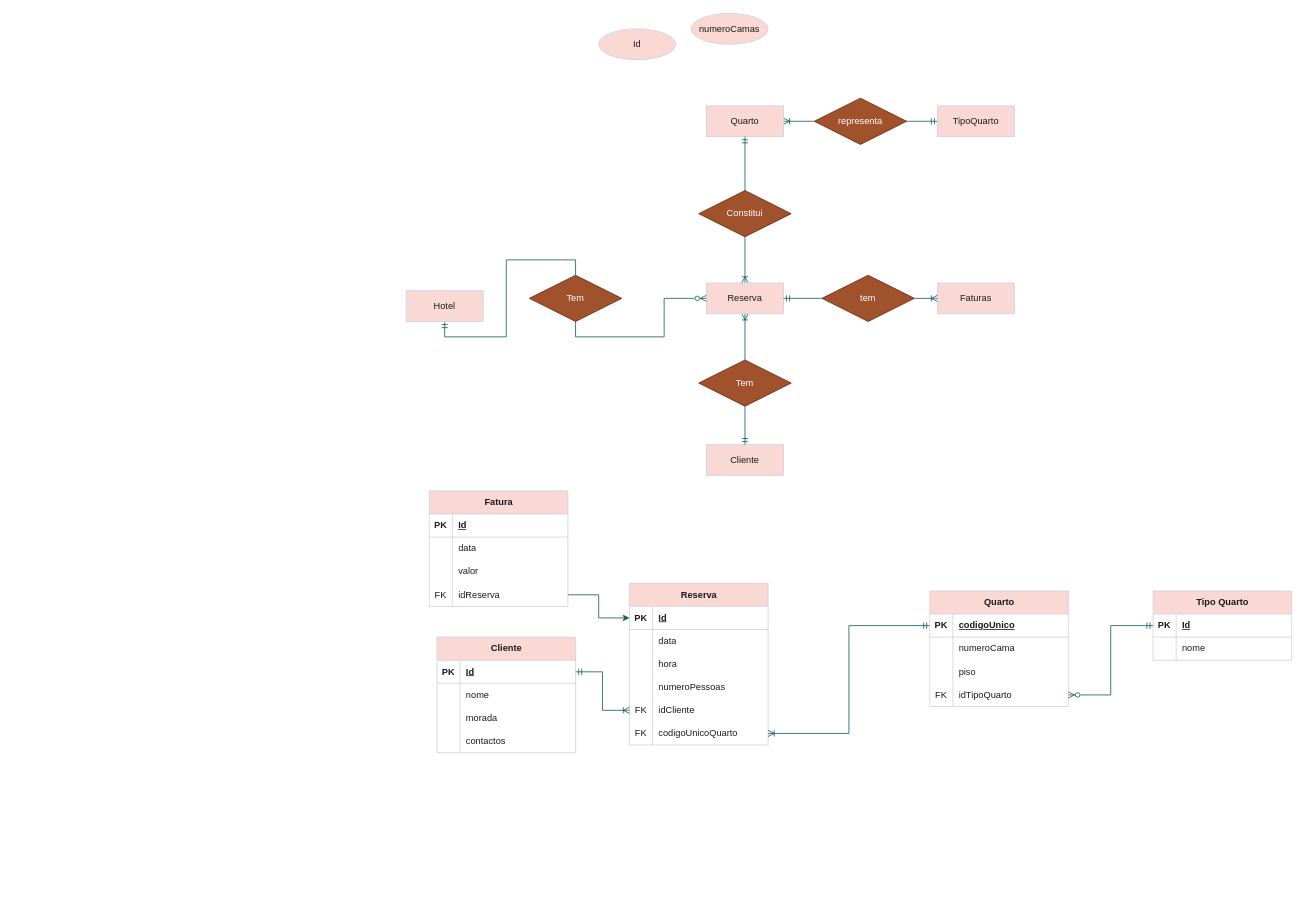
Above: page "Exerc.5" (4 of 5) of Base de dados/Exercicios/P02.drawio in JoaoNuno96/Web-and-Mobile-Developer---CESAE (draw.io), before the change. Source tidied: cells renumbered, new cells numbered last; positions are measured from the earlier drawing's top-left corner, leaving out a move shared by most shapes. Both pictures are drawn from the tidied source at 77%, with x=0, y=0 at pixel (406, 13).
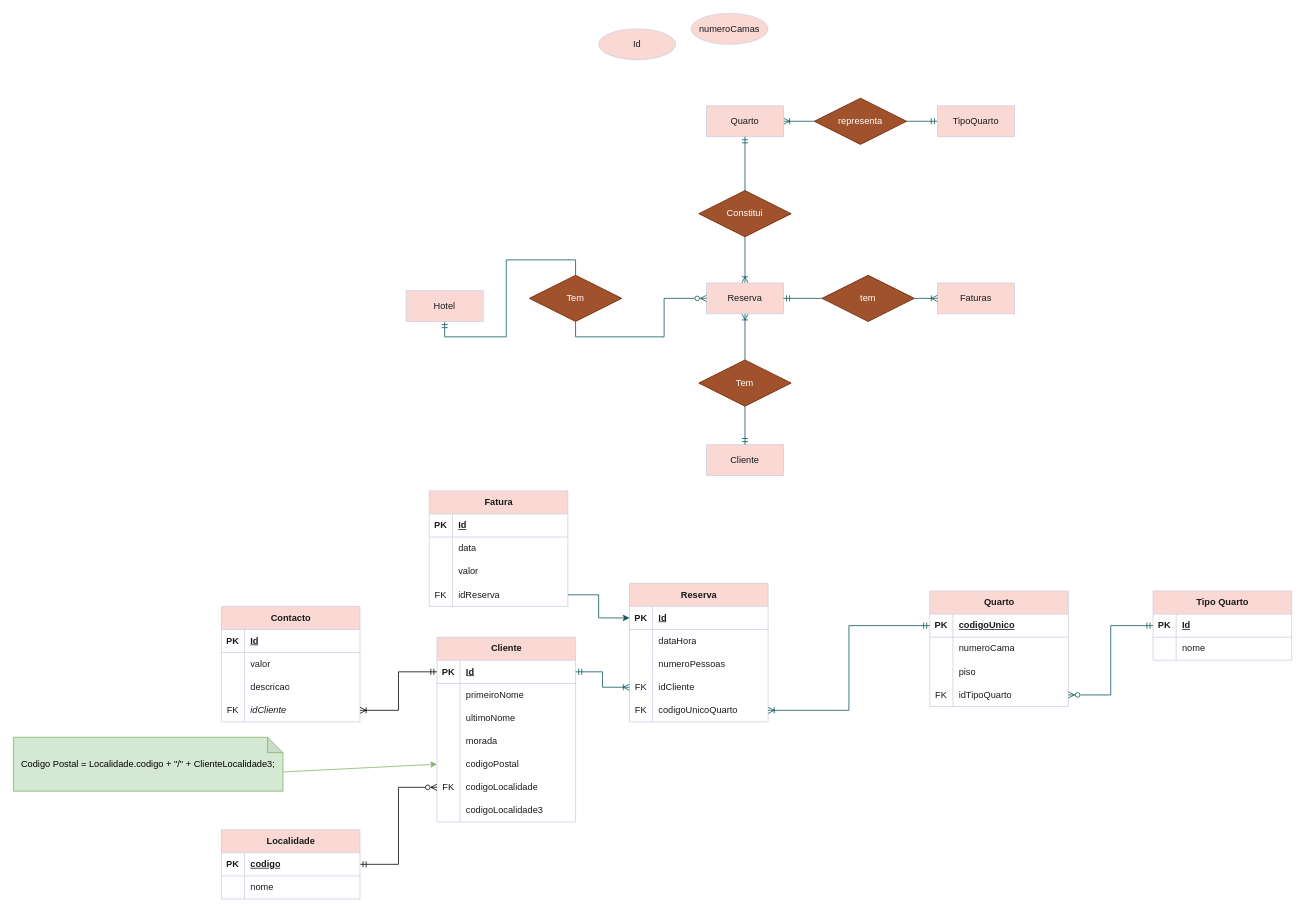
The same page after the edit.

The change refers to these unchanged cells:
```xml
<mxCell id="23" style="shape=tableRow;horizontal=0;startSize=0;swimlaneHead=0;swimlaneBody=0;fillColor=none;top=0;left=0;right=0;bottom=0;strokeColor=#D0CEE2;fontColor=#1A1A1A;" parent="19" vertex="1">
  <mxGeometry y="60" width="180" height="30" as="geometry" />
</mxCell>
<mxCell id="45" style="shape=tableRow;horizontal=0;startSize=0;swimlaneHead=0;swimlaneBody=0;fillColor=none;points=[[0,0.5],[1,0.5]];portConstraint=eastwest;top=0;left=0;right=0;bottom=1;strokeColor=#D0CEE2;fontColor=#1A1A1A;" parent="44" vertex="1">
  <mxGeometry y="30" width="180" height="30" as="geometry" />
</mxCell>
<mxCell id="48" style="shape=tableRow;horizontal=0;startSize=0;swimlaneHead=0;swimlaneBody=0;fillColor=none;top=0;left=0;right=0;bottom=0;strokeColor=#D0CEE2;fontColor=#1A1A1A;" parent="44" vertex="1">
  <mxGeometry y="60" width="180" height="30" as="geometry" />
</mxCell>
<mxCell id="51" style="shape=tableRow;horizontal=0;startSize=0;swimlaneHead=0;swimlaneBody=0;fillColor=none;top=0;left=0;right=0;bottom=0;strokeColor=#D0CEE2;fontColor=#1A1A1A;" parent="44" vertex="1">
  <mxGeometry y="90" width="180" height="30" as="geometry" />
</mxCell>
<mxCell id="54" style="shape=tableRow;horizontal=0;startSize=0;swimlaneHead=0;swimlaneBody=0;fillColor=none;top=0;left=0;right=0;bottom=0;strokeColor=#D0CEE2;fontColor=#1A1A1A;" parent="44" vertex="1">
  <mxGeometry y="120" width="180" height="30" as="geometry" />
</mxCell>
```

Diff of the diagram source:
```diff
@@
     <mxCell id="19" value="Reserva" style="shape=table;startSize=30;childLayout=tableLayout;rowLines=0;fontStyle=1;align=center;html=1;strokeColor=#D0CEE2;fontColor=#1A1A1A;fillColor=#FAD9D5;" parent="1" vertex="1">
-      <mxGeometry x="290" y="740" width="180" height="210" as="geometry" />
+      <mxGeometry x="290" y="740" width="180" height="180" as="geometry" />
     </mxCell>
@@
-    <mxCell id="25" value="data" style="shape=partialRectangle;fillColor=none;top=0;left=0;bottom=0;right=0;align=left;spacingLeft=6;overflow=hidden;whiteSpace=wrap;html=1;strokeColor=#D0CEE2;fontColor=#1A1A1A;" parent="23" vertex="1">
+    <mxCell id="25" value="dataHora" style="shape=partialRectangle;fillColor=none;top=0;left=0;bottom=0;right=0;align=left;spacingLeft=6;overflow=hidden;whiteSpace=wrap;html=1;strokeColor=#D0CEE2;fontColor=#1A1A1A;" parent="23" vertex="1">
       <mxGeometry x="30" width="150" height="30" as="geometry" />
     </mxCell>
-    <mxCell id="26" style="shape=tableRow;horizontal=0;startSize=0;swimlaneHead=0;swimlaneBody=0;fillColor=none;top=0;left=0;right=0;bottom=0;strokeColor=#D0CEE2;fontColor=#1A1A1A;" parent="19" vertex="1">
-      <mxGeometry y="90" width="180" height="30" as="geometry" />
-    </mxCell>
-    <mxCell id="27" style="shape=partialRectangle;fillColor=none;top=0;left=0;bottom=0;right=0;overflow=hidden;whiteSpace=wrap;html=1;strokeColor=#D0CEE2;fontColor=#1A1A1A;" parent="26" vertex="1">
-      <mxGeometry width="30" height="30" as="geometry" />
-    </mxCell>
-    <mxCell id="28" value="hora" style="shape=partialRectangle;fillColor=none;top=0;left=0;bottom=0;right=0;align=left;spacingLeft=6;overflow=hidden;whiteSpace=wrap;html=1;strokeColor=#D0CEE2;fontColor=#1A1A1A;" parent="26" vertex="1">
-      <mxGeometry x="30" width="150" height="30" as="geometry" />
-    </mxCell>
     <mxCell id="29" style="shape=tableRow;horizontal=0;startSize=0;swimlaneHead=0;swimlaneBody=0;fillColor=none;top=0;left=0;right=0;bottom=0;strokeColor=#D0CEE2;fontColor=#1A1A1A;" parent="19" vertex="1">
-      <mxGeometry y="120" width="180" height="30" as="geometry" />
+      <mxGeometry y="90" width="180" height="30" as="geometry" />
     </mxCell>
@@
     <mxCell id="32" style="shape=tableRow;horizontal=0;startSize=0;swimlaneHead=0;swimlaneBody=0;fillColor=none;points=[[0,0.5],[1,0.5]];portConstraint=eastwest;top=0;left=0;right=0;bottom=0;strokeColor=#D0CEE2;fontColor=#1A1A1A;" parent="19" vertex="1">
-      <mxGeometry y="150" width="180" height="30" as="geometry" />
+      <mxGeometry y="120" width="180" height="30" as="geometry" />
     </mxCell>
@@
     <mxCell id="35" style="shape=tableRow;horizontal=0;startSize=0;swimlaneHead=0;swimlaneBody=0;fillColor=none;points=[[0,0.5],[1,0.5]];portConstraint=eastwest;top=0;left=0;right=0;bottom=0;strokeColor=#D0CEE2;fontColor=#1A1A1A;" parent="19" vertex="1">
-      <mxGeometry y="180" width="180" height="30" as="geometry" />
+      <mxGeometry y="150" width="180" height="30" as="geometry" />
     </mxCell>
@@
     <mxCell id="44" value="Cliente" style="shape=table;startSize=30;childLayout=tableLayout;rowLines=0;fontStyle=1;align=center;html=1;strokeColor=#D0CEE2;fontColor=#1A1A1A;fillColor=#FAD9D5;" parent="1" vertex="1">
-      <mxGeometry x="40" y="810" width="180" height="150" as="geometry" />
+      <mxGeometry x="40" y="810" width="180" height="240" as="geometry" />
     </mxCell>
@@
-    <mxCell id="50" value="nome" style="shape=partialRectangle;fillColor=none;top=0;left=0;bottom=0;right=0;align=left;spacingLeft=6;overflow=hidden;whiteSpace=wrap;html=1;strokeColor=#D0CEE2;fontColor=#1A1A1A;" parent="48" vertex="1">
+    <mxCell id="50" value="primeiroNome" style="shape=partialRectangle;fillColor=none;top=0;left=0;bottom=0;right=0;align=left;spacingLeft=6;overflow=hidden;whiteSpace=wrap;html=1;strokeColor=#D0CEE2;fontColor=#1A1A1A;" parent="48" vertex="1">
       <mxGeometry x="30" width="150" height="30" as="geometry" />
     </mxCell>
@@
-    <mxCell id="53" value="morada" style="shape=partialRectangle;fillColor=none;top=0;left=0;bottom=0;right=0;align=left;spacingLeft=6;overflow=hidden;whiteSpace=wrap;html=1;strokeColor=#D0CEE2;fontColor=#1A1A1A;" parent="51" vertex="1">
+    <mxCell id="53" value="ultimoNome" style="shape=partialRectangle;fillColor=none;top=0;left=0;bottom=0;right=0;align=left;spacingLeft=6;overflow=hidden;whiteSpace=wrap;html=1;strokeColor=#D0CEE2;fontColor=#1A1A1A;" parent="51" vertex="1">
       <mxGeometry x="30" width="150" height="30" as="geometry" />
     </mxCell>
@@
-    <mxCell id="56" value="contactos" style="shape=partialRectangle;fillColor=none;top=0;left=0;bottom=0;right=0;align=left;spacingLeft=6;overflow=hidden;whiteSpace=wrap;html=1;strokeColor=#D0CEE2;fontColor=#1A1A1A;" parent="54" vertex="1">
+    <mxCell id="56" value="morada" style="shape=partialRectangle;fillColor=none;top=0;left=0;bottom=0;right=0;align=left;spacingLeft=6;overflow=hidden;whiteSpace=wrap;html=1;strokeColor=#D0CEE2;fontColor=#1A1A1A;" parent="54" vertex="1">
       <mxGeometry x="30" width="150" height="30" as="geometry" />
     </mxCell>
+    <mxCell id="94" style="shape=tableRow;horizontal=0;startSize=0;swimlaneHead=0;swimlaneBody=0;fillColor=none;points=[[0,0.5],[1,0.5]];portConstraint=eastwest;top=0;left=0;right=0;bottom=0;strokeColor=#D0CEE2;fontColor=#1A1A1A;" parent="44" vertex="1">
+      <mxGeometry y="150" width="180" height="30" as="geometry" />
+    </mxCell>
+    <mxCell id="95" style="shape=partialRectangle;fillColor=none;top=0;left=0;bottom=0;right=0;overflow=hidden;whiteSpace=wrap;html=1;strokeColor=#D0CEE2;fontColor=#1A1A1A;" parent="94" vertex="1">
+      <mxGeometry width="30" height="30" as="geometry" />
+    </mxCell>
+    <mxCell id="96" value="codigoPostal" style="shape=partialRectangle;fillColor=none;top=0;left=0;bottom=0;right=0;align=left;spacingLeft=6;overflow=hidden;whiteSpace=wrap;html=1;strokeColor=#D0CEE2;fontColor=#1A1A1A;" parent="94" vertex="1">
+      <mxGeometry x="30" width="150" height="30" as="geometry" />
+    </mxCell>
+    <mxCell id="97" style="shape=tableRow;horizontal=0;startSize=0;swimlaneHead=0;swimlaneBody=0;fillColor=none;points=[[0,0.5],[1,0.5]];portConstraint=eastwest;top=0;left=0;right=0;bottom=0;strokeColor=#D0CEE2;fontColor=#1A1A1A;" parent="44" vertex="1">
+      <mxGeometry y="180" width="180" height="30" as="geometry" />
+    </mxCell>
+    <mxCell id="98" value="FK" style="shape=partialRectangle;fillColor=none;top=0;left=0;bottom=0;right=0;overflow=hidden;whiteSpace=wrap;html=1;strokeColor=#D0CEE2;fontColor=#1A1A1A;" parent="97" vertex="1">
+      <mxGeometry width="30" height="30" as="geometry" />
+    </mxCell>
+    <mxCell id="99" value="codigoLocalidade" style="shape=partialRectangle;fillColor=none;top=0;left=0;bottom=0;right=0;align=left;spacingLeft=6;overflow=hidden;whiteSpace=wrap;html=1;strokeColor=#D0CEE2;fontColor=#1A1A1A;" parent="97" vertex="1">
+      <mxGeometry x="30" width="150" height="30" as="geometry" />
+    </mxCell>
+    <mxCell id="100" style="shape=tableRow;horizontal=0;startSize=0;swimlaneHead=0;swimlaneBody=0;fillColor=none;top=0;left=0;right=0;bottom=0;strokeColor=#D0CEE2;fontColor=#1A1A1A;" parent="44" vertex="1">
+      <mxGeometry y="210" width="180" height="30" as="geometry" />
+    </mxCell>
+    <mxCell id="101" style="shape=partialRectangle;fillColor=none;top=0;left=0;bottom=0;right=0;overflow=hidden;whiteSpace=wrap;html=1;strokeColor=#D0CEE2;fontColor=#1A1A1A;" parent="100" vertex="1">
+      <mxGeometry width="30" height="30" as="geometry" />
+    </mxCell>
+    <mxCell id="102" value="codigoLocalidade3" style="shape=partialRectangle;fillColor=none;top=0;left=0;bottom=0;right=0;align=left;spacingLeft=6;overflow=hidden;whiteSpace=wrap;html=1;strokeColor=#D0CEE2;fontColor=#1A1A1A;" parent="100" vertex="1">
+      <mxGeometry x="30" width="150" height="30" as="geometry" />
+    </mxCell>
@@
+    <mxCell id="103" value="Contacto" style="shape=table;startSize=30;childLayout=tableLayout;rowLines=0;fontStyle=1;align=center;html=1;strokeColor=#D0CEE2;fontColor=#1A1A1A;fillColor=#FAD9D5;" parent="1" vertex="1">
+      <mxGeometry x="-240" y="770" width="180" height="150" as="geometry" />
+    </mxCell>
+    <mxCell id="104" style="shape=tableRow;horizontal=0;startSize=0;swimlaneHead=0;swimlaneBody=0;fillColor=none;top=0;left=0;right=0;bottom=1;strokeColor=#D0CEE2;fontColor=#1A1A1A;" parent="103" vertex="1">
+      <mxGeometry y="30" width="180" height="30" as="geometry" />
+    </mxCell>
+    <mxCell id="105" value="PK" style="shape=partialRectangle;fillColor=none;top=0;left=0;bottom=0;right=0;fontStyle=1;overflow=hidden;whiteSpace=wrap;html=1;strokeColor=#D0CEE2;fontColor=#1A1A1A;" parent="104" vertex="1">
+      <mxGeometry width="30" height="30" as="geometry" />
+    </mxCell>
+    <mxCell id="106" value="Id" style="shape=partialRectangle;fillColor=none;top=0;left=0;bottom=0;right=0;align=left;spacingLeft=6;fontStyle=5;overflow=hidden;whiteSpace=wrap;html=1;strokeColor=#D0CEE2;fontColor=#1A1A1A;" parent="104" vertex="1">
+      <mxGeometry x="30" width="150" height="30" as="geometry" />
+    </mxCell>
+    <mxCell id="107" style="shape=tableRow;horizontal=0;startSize=0;swimlaneHead=0;swimlaneBody=0;fillColor=none;top=0;left=0;right=0;bottom=0;strokeColor=#D0CEE2;fontColor=#1A1A1A;" parent="103" vertex="1">
+      <mxGeometry y="60" width="180" height="30" as="geometry" />
+    </mxCell>
+    <mxCell id="108" style="shape=partialRectangle;fillColor=none;top=0;left=0;bottom=0;right=0;overflow=hidden;whiteSpace=wrap;html=1;strokeColor=#D0CEE2;fontColor=#1A1A1A;" parent="107" vertex="1">
+      <mxGeometry width="30" height="30" as="geometry" />
+    </mxCell>
+    <mxCell id="109" value="valor" style="shape=partialRectangle;fillColor=none;top=0;left=0;bottom=0;right=0;align=left;spacingLeft=6;overflow=hidden;whiteSpace=wrap;html=1;strokeColor=#D0CEE2;fontColor=#1A1A1A;" parent="107" vertex="1">
+      <mxGeometry x="30" width="150" height="30" as="geometry" />
+    </mxCell>
+    <mxCell id="26" style="shape=tableRow;horizontal=0;startSize=0;swimlaneHead=0;swimlaneBody=0;fillColor=none;top=0;left=0;right=0;bottom=0;strokeColor=#D0CEE2;fontColor=#1A1A1A;" parent="103" vertex="1">
+      <mxGeometry y="90" width="180" height="30" as="geometry" />
+    </mxCell>
+    <mxCell id="110" style="shape=partialRectangle;fillColor=none;top=0;left=0;bottom=0;right=0;overflow=hidden;whiteSpace=wrap;html=1;strokeColor=#D0CEE2;fontColor=#1A1A1A;" parent="26" vertex="1">
+      <mxGeometry width="30" height="30" as="geometry" />
+    </mxCell>
+    <mxCell id="111" value="descricao" style="shape=partialRectangle;fillColor=none;top=0;left=0;bottom=0;right=0;align=left;spacingLeft=6;overflow=hidden;whiteSpace=wrap;html=1;strokeColor=#D0CEE2;fontColor=#1A1A1A;" parent="26" vertex="1">
+      <mxGeometry x="30" width="150" height="30" as="geometry" />
+    </mxCell>
+    <mxCell id="112" style="shape=tableRow;horizontal=0;startSize=0;swimlaneHead=0;swimlaneBody=0;fillColor=none;points=[[0,0.5],[1,0.5]];portConstraint=eastwest;top=0;left=0;right=0;bottom=0;strokeColor=#D0CEE2;fontColor=#1A1A1A;" parent="103" vertex="1">
+      <mxGeometry y="120" width="180" height="30" as="geometry" />
+    </mxCell>
+    <mxCell id="113" value="FK" style="shape=partialRectangle;fillColor=none;top=0;left=0;bottom=0;right=0;overflow=hidden;whiteSpace=wrap;html=1;strokeColor=#D0CEE2;fontColor=#1A1A1A;" parent="112" vertex="1">
+      <mxGeometry width="30" height="30" as="geometry" />
+    </mxCell>
+    <mxCell id="114" value="&lt;i&gt;idCliente&lt;/i&gt;" style="shape=partialRectangle;fillColor=none;top=0;left=0;bottom=0;right=0;align=left;spacingLeft=6;overflow=hidden;whiteSpace=wrap;html=1;strokeColor=#D0CEE2;fontColor=#1A1A1A;" parent="112" vertex="1">
+      <mxGeometry x="30" width="150" height="30" as="geometry" />
+    </mxCell>
+    <mxCell id="115" style="edgeStyle=orthogonalEdgeStyle;rounded=0;jettySize=auto;html=1;exitX=0;exitY=0.5;exitDx=0;exitDy=0;entryX=1;entryY=0.5;entryDx=0;entryDy=0;endArrow=ERoneToMany;endFill=0;startArrow=ERmandOne;startFill=0;" parent="1" edge="1" source="45" target="112">
+      <mxGeometry relative="1" as="geometry" />
+    </mxCell>
+    <mxCell id="116" style="edgeStyle=orthogonalEdgeStyle;rounded=0;jettySize=auto;html=1;exitX=1;exitY=0.5;exitDx=0;exitDy=0;entryX=0;entryY=0.5;entryDx=0;entryDy=0;endArrow=ERzeroToMany;endFill=0;startArrow=ERmandOne;startFill=0;" parent="1" edge="1" source="117" target="97">
+      <mxGeometry relative="1" as="geometry" />
+    </mxCell>
+    <mxCell id="117" value="Localidade" style="shape=table;startSize=30;childLayout=tableLayout;rowLines=0;fontStyle=1;align=center;html=1;strokeColor=#D0CEE2;fontColor=#1A1A1A;fillColor=#FAD9D5;" parent="1" vertex="1">
+      <mxGeometry x="-240" y="1060" width="180" height="90" as="geometry" />
+    </mxCell>
+    <mxCell id="118" style="shape=tableRow;horizontal=0;startSize=0;swimlaneHead=0;swimlaneBody=0;fillColor=none;top=0;left=0;right=0;bottom=1;strokeColor=#D0CEE2;fontColor=#1A1A1A;" parent="117" vertex="1">
+      <mxGeometry y="30" width="180" height="30" as="geometry" />
+    </mxCell>
+    <mxCell id="119" value="PK" style="shape=partialRectangle;fillColor=none;top=0;left=0;bottom=0;right=0;fontStyle=1;overflow=hidden;whiteSpace=wrap;html=1;strokeColor=#D0CEE2;fontColor=#1A1A1A;" parent="118" vertex="1">
+      <mxGeometry width="30" height="30" as="geometry" />
+    </mxCell>
+    <mxCell id="120" value="codigo" style="shape=partialRectangle;fillColor=none;top=0;left=0;bottom=0;right=0;align=left;spacingLeft=6;fontStyle=5;overflow=hidden;whiteSpace=wrap;html=1;strokeColor=#D0CEE2;fontColor=#1A1A1A;" parent="118" vertex="1">
+      <mxGeometry x="30" width="150" height="30" as="geometry" />
+    </mxCell>
+    <mxCell id="121" style="shape=tableRow;horizontal=0;startSize=0;swimlaneHead=0;swimlaneBody=0;fillColor=none;top=0;left=0;right=0;bottom=0;strokeColor=#D0CEE2;fontColor=#1A1A1A;" parent="117" vertex="1">
+      <mxGeometry y="60" width="180" height="30" as="geometry" />
+    </mxCell>
+    <mxCell id="122" style="shape=partialRectangle;fillColor=none;top=0;left=0;bottom=0;right=0;overflow=hidden;whiteSpace=wrap;html=1;strokeColor=#D0CEE2;fontColor=#1A1A1A;" parent="121" vertex="1">
+      <mxGeometry width="30" height="30" as="geometry" />
+    </mxCell>
+    <mxCell id="123" value="nome" style="shape=partialRectangle;fillColor=none;top=0;left=0;bottom=0;right=0;align=left;spacingLeft=6;overflow=hidden;whiteSpace=wrap;html=1;strokeColor=#D0CEE2;fontColor=#1A1A1A;" parent="121" vertex="1">
+      <mxGeometry x="30" width="150" height="30" as="geometry" />
+    </mxCell>
+    <mxCell id="124" style="rounded=0;jettySize=auto;html=1;exitX=0;exitY=0;exitDx=350;exitDy=45;exitPerimeter=0;entryX=0;entryY=0.5;entryDx=0;entryDy=0;fillColor=#d5e8d4;strokeColor=#82b366;" parent="1" edge="1" source="125" target="94">
+      <mxGeometry relative="1" as="geometry" />
+    </mxCell>
+    <mxCell id="125" value="Codigo Postal = Localidade.codigo + &quot;/&quot; + ClienteLocalidade3;" style="shape=note;whiteSpace=wrap;html=1;backgroundOutline=1;darkOpacity=0.05;fillColor=#d5e8d4;strokeColor=#82b366;size=20;" parent="1" vertex="1">
+      <mxGeometry x="-510" y="940" width="350" height="70" as="geometry" />
+    </mxCell>
```
